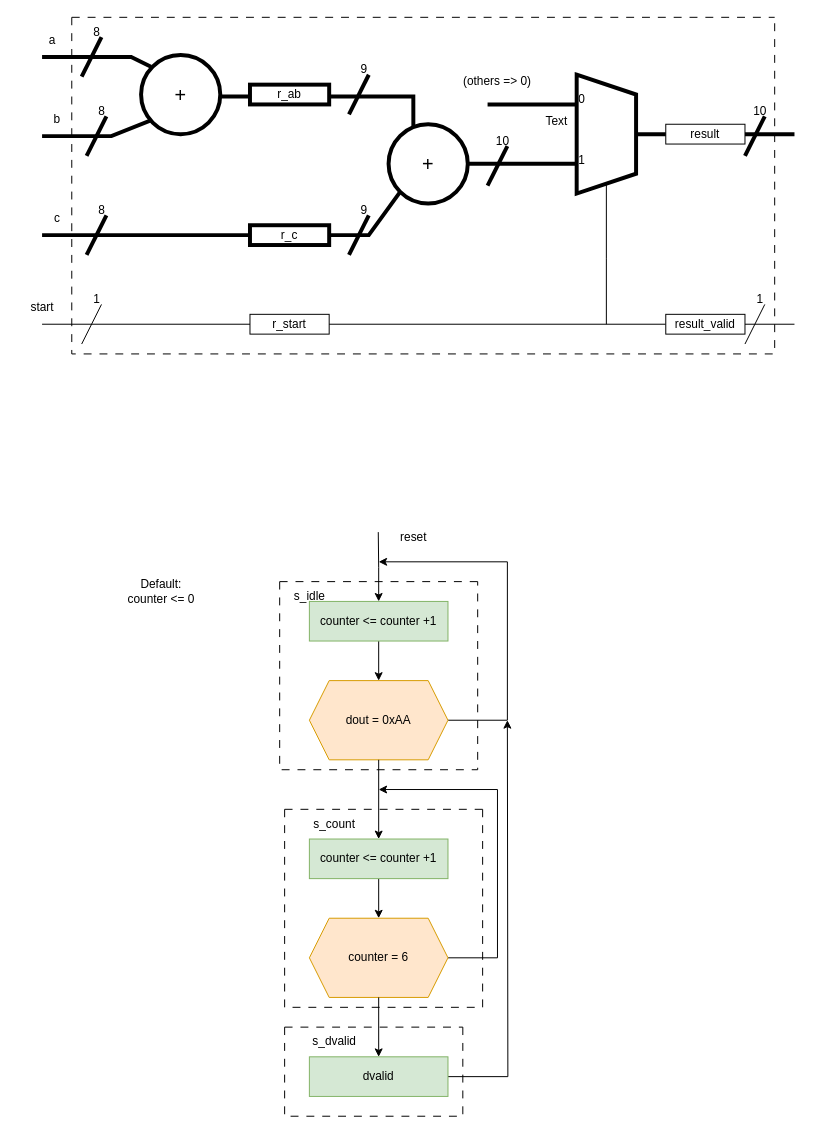
jrundht/IN3160 keeps this draw.io diagram as Eksamen/2021/Untitled Diagram.drawio. Above is the earlier version. Source tidied: cells renumbered, new cells numbered last; positions are measured from the earlier drawing's top-left corner, leaving out a move shared by most shapes. Both pictures are drawn from the tidied source at 99%, with x=0, y=0 at pixel (17, 17).
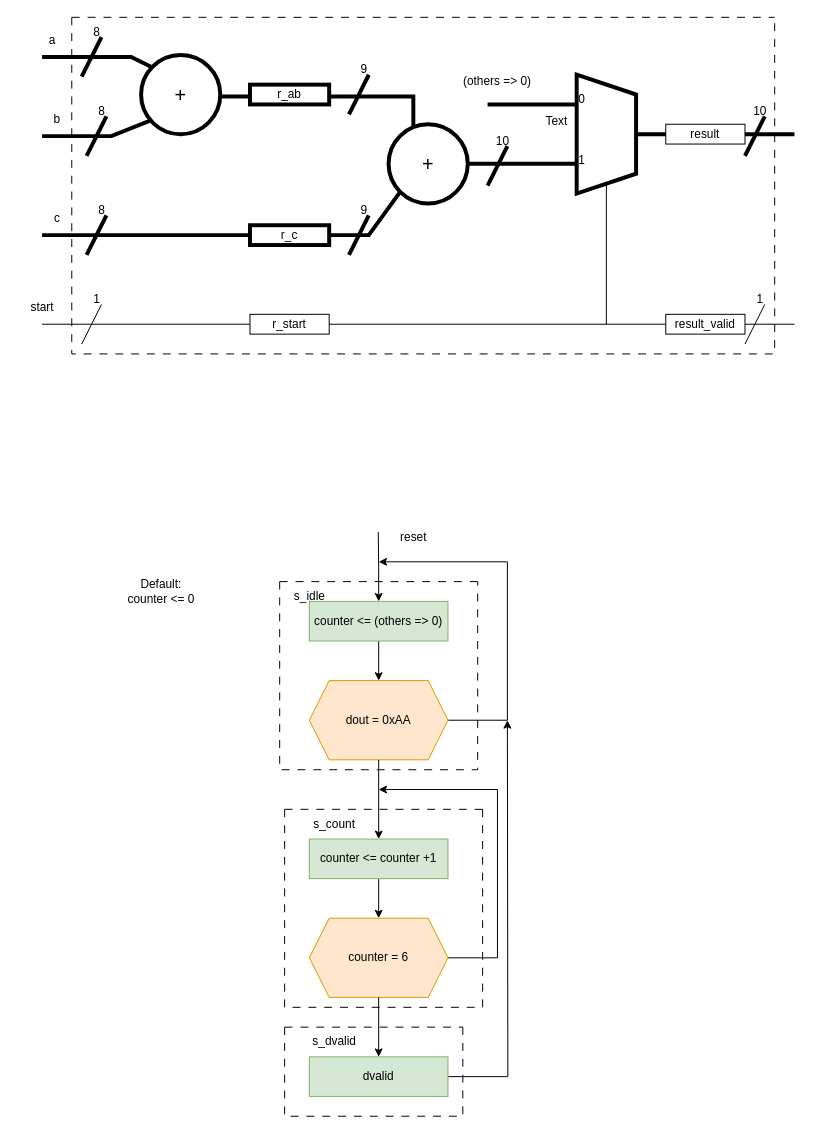
The same diagram, later.

The edit, as a diff of the source:
```diff
@@
-    <mxCell id="59" value="counter &amp;lt;= counter +1" style="rounded=0;whiteSpace=wrap;html=1;fillColor=#d5e8d4;strokeColor=#82b366;" parent="1" vertex="1">
+    <mxCell id="59" value="counter &amp;lt;= (others =&amp;gt; 0)" style="rounded=0;whiteSpace=wrap;html=1;fillColor=#d5e8d4;strokeColor=#82b366;" parent="1" vertex="1">
       <mxGeometry x="295" y="590" width="140" height="40" as="geometry" />
     </mxCell>
```
